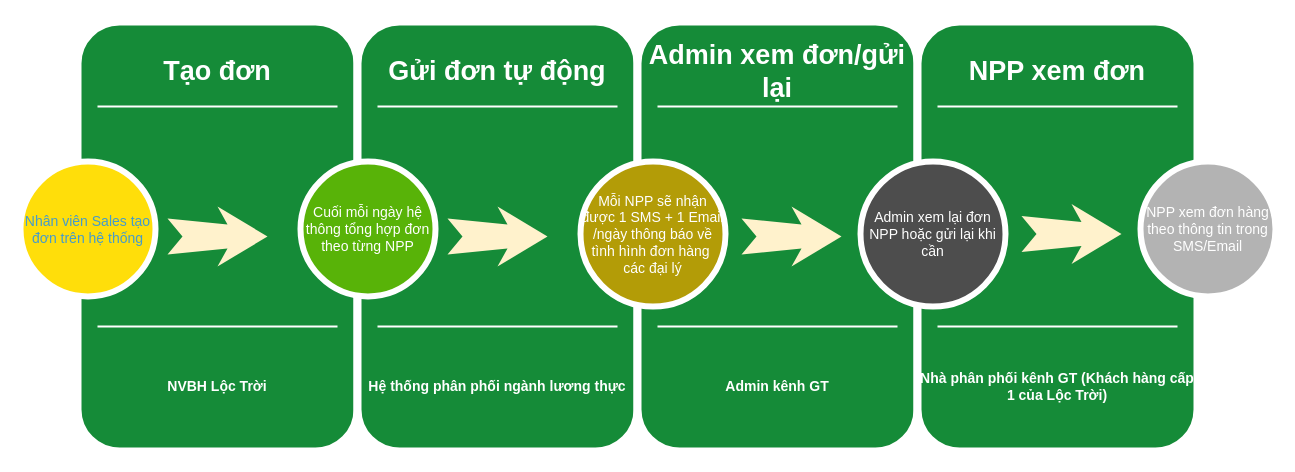
Above: Untitled Diagram.drawio in nhanphams/ActionBarSherlock (draw.io), before the change. Source tidied: cells renumbered, new cells numbered last; positions are measured from the earlier drawing's top-left corner, leaving out a move shared by most shapes. Both pictures are drawn from the tidied source at 100%, with x=0, y=0 at pixel (20, 21).
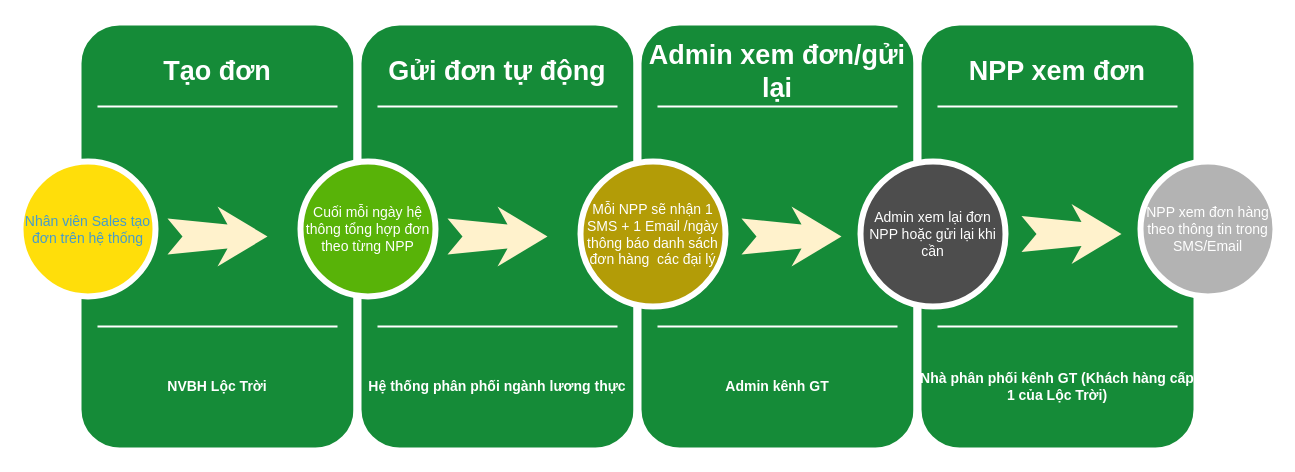
Above is the later version.

The edit, as a diff of the source:
```diff
@@
-    <mxCell id="21" value="Mỗi NPP sẽ nhận được 1 SMS + 1 Email /ngày thông báo về tình hình đơn hàng&amp;nbsp; các đại lý" style="ellipse;whiteSpace=wrap;html=1;rounded=0;shadow=0;strokeWidth=6;fontSize=14;align=center;strokeColor=#FFFFFF;fontColor=#FFFFFF;fillColor=#B39C07;" parent="1" vertex="1">
+    <mxCell id="21" value="Mỗi NPP sẽ nhận 1 SMS + 1 Email /ngày thông báo danh sách đơn hàng&amp;nbsp; các đại lý" style="ellipse;whiteSpace=wrap;html=1;rounded=0;shadow=0;strokeWidth=6;fontSize=14;align=center;strokeColor=#FFFFFF;fontColor=#FFFFFF;fillColor=#B39C07;" parent="1" vertex="1">
       <mxGeometry x="560" y="140" width="145" height="145" as="geometry" />
     </mxCell>
```
